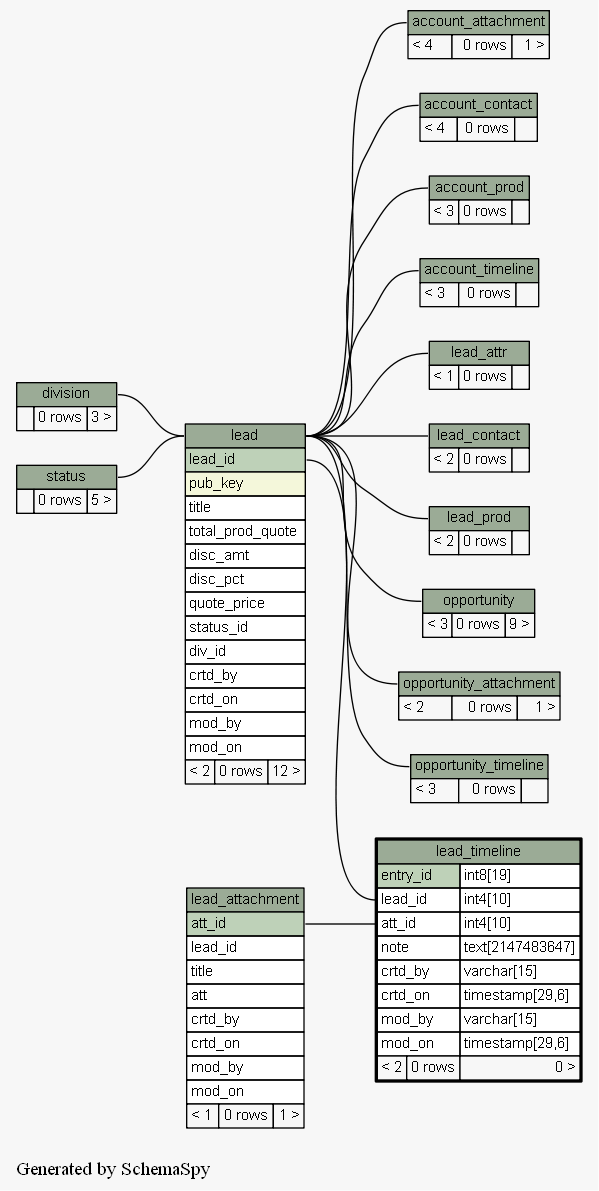
Earlier version of the Graphviz export docs/database/schemaspy/graphs/lead_timeline.2degrees.png (engineerscraft/salesforce). Its source is kept beside it as docs/database/schemaspy/graphs/lead_timeline.2degrees.dot. Its diagram source:
```dot
digraph "twoDegreesRelationshipsGraph" {
  graph [
    rankdir="RL"
    bgcolor="#f7f7f7"
    label="\nGenerated by SchemaSpy"
    labeljust="l"
  ];
  node [
    fontname="Helvetica"
    fontsize="11"
    shape="plaintext"
  ];
  edge [
    arrowsize="0.8"
  ];
  "account_attachment":"account_attachment.heading":w -> "lead":"lead.heading":e [arrowtail=crowodot arrowhead=none];
  "account_contact":"account_contact.heading":w -> "lead":"lead.heading":e [arrowtail=crowtee arrowhead=none];
  "account_prod":"account_prod.heading":w -> "lead":"lead.heading":e [arrowtail=crowtee arrowhead=none];
  "account_timeline":"account_timeline.heading":w -> "lead":"lead.heading":e [arrowtail=crowodot arrowhead=none];
  "lead":"lead.heading":w -> "division":"division.heading":e [arrowtail=crowtee arrowhead=none];
  "lead":"lead.heading":w -> "status":"status.heading":e [arrowtail=crowtee arrowhead=none];
  "lead_attr":"lead_attr.heading":w -> "lead":"lead.heading":e [arrowtail=tee arrowhead=none];
  "lead_contact":"lead_contact.heading":w -> "lead":"lead.heading":e [arrowtail=crowtee arrowhead=none];
  "lead_prod":"lead_prod.heading":w -> "lead":"lead.heading":e [arrowtail=crowtee arrowhead=none];
  "lead_timeline":"att_id":w -> "lead_attachment":"att_id":e [arrowtail=crowodot arrowhead=none];
  "lead_timeline":"lead_id":w -> "lead":"lead_id":e [arrowtail=crowtee arrowhead=none];
  "opportunity":"opportunity.heading":w -> "lead":"lead.heading":e [arrowtail=crowodot arrowhead=none];
  "opportunity_attachment":"opportunity_attachment.heading":w -> "lead":"lead.heading":e [arrowtail=crowtee arrowhead=none];
  "opportunity_timeline":"opportunity_timeline.heading":w -> "lead":"lead.heading":e [arrowtail=crowodot arrowhead=none];
  "account_attachment" [
    label=<
    <TABLE BORDER="0" CELLBORDER="1" CELLSPACING="0" BGCOLOR="#ffffff">
      <TR><TD PORT="account_attachment.heading" COLSPAN="3" BGCOLOR="#9bab96" ALIGN="CENTER">account_attachment</TD></TR>
      <TR><TD ALIGN="LEFT" BGCOLOR="#f7f7f7">&lt; 4</TD><TD ALIGN="RIGHT" BGCOLOR="#f7f7f7">0 rows</TD><TD ALIGN="RIGHT" BGCOLOR="#f7f7f7">1 &gt;</TD></TR>
    </TABLE>>
    URL="account_attachment.html#graph"
    tooltip="account_attachment"
  ];
  "account_contact" [
    label=<
    <TABLE BORDER="0" CELLBORDER="1" CELLSPACING="0" BGCOLOR="#ffffff">
      <TR><TD PORT="account_contact.heading" COLSPAN="3" BGCOLOR="#9bab96" ALIGN="CENTER">account_contact</TD></TR>
      <TR><TD ALIGN="LEFT" BGCOLOR="#f7f7f7">&lt; 4</TD><TD ALIGN="RIGHT" BGCOLOR="#f7f7f7">0 rows</TD><TD ALIGN="RIGHT" BGCOLOR="#f7f7f7">  </TD></TR>
    </TABLE>>
    URL="account_contact.html#graph"
    tooltip="account_contact"
  ];
  "account_prod" [
    label=<
    <TABLE BORDER="0" CELLBORDER="1" CELLSPACING="0" BGCOLOR="#ffffff">
      <TR><TD PORT="account_prod.heading" COLSPAN="3" BGCOLOR="#9bab96" ALIGN="CENTER">account_prod</TD></TR>
      <TR><TD ALIGN="LEFT" BGCOLOR="#f7f7f7">&lt; 3</TD><TD ALIGN="RIGHT" BGCOLOR="#f7f7f7">0 rows</TD><TD ALIGN="RIGHT" BGCOLOR="#f7f7f7">  </TD></TR>
    </TABLE>>
    URL="account_prod.html#graph"
    tooltip="account_prod"
  ];
  "account_timeline" [
    label=<
    <TABLE BORDER="0" CELLBORDER="1" CELLSPACING="0" BGCOLOR="#ffffff">
      <TR><TD PORT="account_timeline.heading" COLSPAN="3" BGCOLOR="#9bab96" ALIGN="CENTER">account_timeline</TD></TR>
      <TR><TD ALIGN="LEFT" BGCOLOR="#f7f7f7">&lt; 3</TD><TD ALIGN="RIGHT" BGCOLOR="#f7f7f7">0 rows</TD><TD ALIGN="RIGHT" BGCOLOR="#f7f7f7">  </TD></TR>
    </TABLE>>
    URL="account_timeline.html#graph"
    tooltip="account_timeline"
  ];
  "division" [
    label=<
    <TABLE BORDER="0" CELLBORDER="1" CELLSPACING="0" BGCOLOR="#ffffff">
      <TR><TD PORT="division.heading" COLSPAN="3" BGCOLOR="#9bab96" ALIGN="CENTER">division</TD></TR>
      <TR><TD ALIGN="LEFT" BGCOLOR="#f7f7f7">  </TD><TD ALIGN="RIGHT" BGCOLOR="#f7f7f7">0 rows</TD><TD ALIGN="RIGHT" BGCOLOR="#f7f7f7">3 &gt;</TD></TR>
    </TABLE>>
    URL="division.html#graph"
    tooltip="division"
  ];
  "lead" [
    label=<
    <TABLE BORDER="0" CELLBORDER="1" CELLSPACING="0" BGCOLOR="#ffffff">
      <TR><TD PORT="lead.heading" COLSPAN="3" BGCOLOR="#9bab96" ALIGN="CENTER">lead</TD></TR>
      <TR><TD PORT="lead_id" COLSPAN="3" BGCOLOR="#bed1b8" ALIGN="LEFT">lead_id</TD></TR>
      <TR><TD PORT="pub_key" COLSPAN="3" BGCOLOR="#f4f7da" ALIGN="LEFT">pub_key</TD></TR>
      <TR><TD PORT="title" COLSPAN="3" ALIGN="LEFT">title</TD></TR>
      <TR><TD PORT="total_prod_quote" COLSPAN="3" ALIGN="LEFT">total_prod_quote</TD></TR>
      <TR><TD PORT="disc_amt" COLSPAN="3" ALIGN="LEFT">disc_amt</TD></TR>
      <TR><TD PORT="disc_pct" COLSPAN="3" ALIGN="LEFT">disc_pct</TD></TR>
      <TR><TD PORT="quote_price" COLSPAN="3" ALIGN="LEFT">quote_price</TD></TR>
      <TR><TD PORT="status_id" COLSPAN="3" ALIGN="LEFT">status_id</TD></TR>
      <TR><TD PORT="div_id" COLSPAN="3" ALIGN="LEFT">div_id</TD></TR>
      <TR><TD PORT="crtd_by" COLSPAN="3" ALIGN="LEFT">crtd_by</TD></TR>
      <TR><TD PORT="crtd_on" COLSPAN="3" ALIGN="LEFT">crtd_on</TD></TR>
      <TR><TD PORT="mod_by" COLSPAN="3" ALIGN="LEFT">mod_by</TD></TR>
      <TR><TD PORT="mod_on" COLSPAN="3" ALIGN="LEFT">mod_on</TD></TR>
      <TR><TD ALIGN="LEFT" BGCOLOR="#f7f7f7">&lt; 2</TD><TD ALIGN="RIGHT" BGCOLOR="#f7f7f7">0 rows</TD><TD ALIGN="RIGHT" BGCOLOR="#f7f7f7">12 &gt;</TD></TR>
    </TABLE>>
    URL="lead.html#graph"
    tooltip="lead"
  ];
  "lead_attachment" [
    label=<
    <TABLE BORDER="0" CELLBORDER="1" CELLSPACING="0" BGCOLOR="#ffffff">
      <TR><TD PORT="lead_attachment.heading" COLSPAN="3" BGCOLOR="#9bab96" ALIGN="CENTER">lead_attachment</TD></TR>
      <TR><TD PORT="att_id" COLSPAN="3" BGCOLOR="#bed1b8" ALIGN="LEFT">att_id</TD></TR>
      <TR><TD PORT="lead_id" COLSPAN="3" ALIGN="LEFT">lead_id</TD></TR>
      <TR><TD PORT="title" COLSPAN="3" ALIGN="LEFT">title</TD></TR>
      <TR><TD PORT="att" COLSPAN="3" ALIGN="LEFT">att</TD></TR>
      <TR><TD PORT="crtd_by" COLSPAN="3" ALIGN="LEFT">crtd_by</TD></TR>
      <TR><TD PORT="crtd_on" COLSPAN="3" ALIGN="LEFT">crtd_on</TD></TR>
      <TR><TD PORT="mod_by" COLSPAN="3" ALIGN="LEFT">mod_by</TD></TR>
      <TR><TD PORT="mod_on" COLSPAN="3" ALIGN="LEFT">mod_on</TD></TR>
      <TR><TD ALIGN="LEFT" BGCOLOR="#f7f7f7">&lt; 1</TD><TD ALIGN="RIGHT" BGCOLOR="#f7f7f7">0 rows</TD><TD ALIGN="RIGHT" BGCOLOR="#f7f7f7">1 &gt;</TD></TR>
    </TABLE>>
    URL="lead_attachment.html#graph"
    tooltip="lead_attachment"
  ];
  "lead_attr" [
    label=<
    <TABLE BORDER="0" CELLBORDER="1" CELLSPACING="0" BGCOLOR="#ffffff">
      <TR><TD PORT="lead_attr.heading" COLSPAN="3" BGCOLOR="#9bab96" ALIGN="CENTER">lead_attr</TD></TR>
      <TR><TD ALIGN="LEFT" BGCOLOR="#f7f7f7">&lt; 1</TD><TD ALIGN="RIGHT" BGCOLOR="#f7f7f7">0 rows</TD><TD ALIGN="RIGHT" BGCOLOR="#f7f7f7">  </TD></TR>
    </TABLE>>
    URL="lead_attr.html#graph"
    tooltip="lead_attr"
  ];
  "lead_contact" [
    label=<
    <TABLE BORDER="0" CELLBORDER="1" CELLSPACING="0" BGCOLOR="#ffffff">
      <TR><TD PORT="lead_contact.heading" COLSPAN="3" BGCOLOR="#9bab96" ALIGN="CENTER">lead_contact</TD></TR>
      <TR><TD ALIGN="LEFT" BGCOLOR="#f7f7f7">&lt; 2</TD><TD ALIGN="RIGHT" BGCOLOR="#f7f7f7">0 rows</TD><TD ALIGN="RIGHT" BGCOLOR="#f7f7f7">  </TD></TR>
    </TABLE>>
    URL="lead_contact.html#graph"
    tooltip="lead_contact"
  ];
  "lead_prod" [
    label=<
    <TABLE BORDER="0" CELLBORDER="1" CELLSPACING="0" BGCOLOR="#ffffff">
      <TR><TD PORT="lead_prod.heading" COLSPAN="3" BGCOLOR="#9bab96" ALIGN="CENTER">lead_prod</TD></TR>
      <TR><TD ALIGN="LEFT" BGCOLOR="#f7f7f7">&lt; 2</TD><TD ALIGN="RIGHT" BGCOLOR="#f7f7f7">0 rows</TD><TD ALIGN="RIGHT" BGCOLOR="#f7f7f7">  </TD></TR>
    </TABLE>>
    URL="lead_prod.html#graph"
    tooltip="lead_prod"
  ];
  "lead_timeline" [
    label=<
    <TABLE BORDER="2" CELLBORDER="1" CELLSPACING="0" BGCOLOR="#ffffff">
      <TR><TD PORT="lead_timeline.heading" COLSPAN="3" BGCOLOR="#9bab96" ALIGN="CENTER">lead_timeline</TD></TR>
      <TR><TD PORT="entry_id" COLSPAN="2" BGCOLOR="#bed1b8" ALIGN="LEFT">entry_id</TD><TD PORT="entry_id.type" ALIGN="LEFT">int8[19]</TD></TR>
      <TR><TD PORT="lead_id" COLSPAN="2" ALIGN="LEFT">lead_id</TD><TD PORT="lead_id.type" ALIGN="LEFT">int4[10]</TD></TR>
      <TR><TD PORT="att_id" COLSPAN="2" ALIGN="LEFT">att_id</TD><TD PORT="att_id.type" ALIGN="LEFT">int4[10]</TD></TR>
      <TR><TD PORT="note" COLSPAN="2" ALIGN="LEFT">note</TD><TD PORT="note.type" ALIGN="LEFT">text[2147483647]</TD></TR>
      <TR><TD PORT="crtd_by" COLSPAN="2" ALIGN="LEFT">crtd_by</TD><TD PORT="crtd_by.type" ALIGN="LEFT">varchar[15]</TD></TR>
      <TR><TD PORT="crtd_on" COLSPAN="2" ALIGN="LEFT">crtd_on</TD><TD PORT="crtd_on.type" ALIGN="LEFT">timestamp[29,6]</TD></TR>
      <TR><TD PORT="mod_by" COLSPAN="2" ALIGN="LEFT">mod_by</TD><TD PORT="mod_by.type" ALIGN="LEFT">varchar[15]</TD></TR>
      <TR><TD PORT="mod_on" COLSPAN="2" ALIGN="LEFT">mod_on</TD><TD PORT="mod_on.type" ALIGN="LEFT">timestamp[29,6]</TD></TR>
      <TR><TD ALIGN="LEFT" BGCOLOR="#f7f7f7">&lt; 2</TD><TD ALIGN="RIGHT" BGCOLOR="#f7f7f7">0 rows</TD><TD ALIGN="RIGHT" BGCOLOR="#f7f7f7">0 &gt;</TD></TR>
    </TABLE>>
    URL="lead_timeline.html#"
    tooltip="lead_timeline"
  ];
  "opportunity" [
    label=<
    <TABLE BORDER="0" CELLBORDER="1" CELLSPACING="0" BGCOLOR="#ffffff">
      <TR><TD PORT="opportunity.heading" COLSPAN="3" BGCOLOR="#9bab96" ALIGN="CENTER">opportunity</TD></TR>
      <TR><TD ALIGN="LEFT" BGCOLOR="#f7f7f7">&lt; 3</TD><TD ALIGN="RIGHT" BGCOLOR="#f7f7f7">0 rows</TD><TD ALIGN="RIGHT" BGCOLOR="#f7f7f7">9 &gt;</TD></TR>
    </TABLE>>
    URL="opportunity.html#graph"
    tooltip="opportunity"
  ];
  "opportunity_attachment" [
    label=<
    <TABLE BORDER="0" CELLBORDER="1" CELLSPACING="0" BGCOLOR="#ffffff">
      <TR><TD PORT="opportunity_attachment.heading" COLSPAN="3" BGCOLOR="#9bab96" ALIGN="CENTER">opportunity_attachment</TD></TR>
      <TR><TD ALIGN="LEFT" BGCOLOR="#f7f7f7">&lt; 2</TD><TD ALIGN="RIGHT" BGCOLOR="#f7f7f7">0 rows</TD><TD ALIGN="RIGHT" BGCOLOR="#f7f7f7">1 &gt;</TD></TR>
    </TABLE>>
    URL="opportunity_attachment.html#graph"
    tooltip="opportunity_attachment"
  ];
  "opportunity_timeline" [
    label=<
    <TABLE BORDER="0" CELLBORDER="1" CELLSPACING="0" BGCOLOR="#ffffff">
      <TR><TD PORT="opportunity_timeline.heading" COLSPAN="3" BGCOLOR="#9bab96" ALIGN="CENTER">opportunity_timeline</TD></TR>
      <TR><TD ALIGN="LEFT" BGCOLOR="#f7f7f7">&lt; 3</TD><TD ALIGN="RIGHT" BGCOLOR="#f7f7f7">0 rows</TD><TD ALIGN="RIGHT" BGCOLOR="#f7f7f7">  </TD></TR>
    </TABLE>>
    URL="opportunity_timeline.html#graph"
    tooltip="opportunity_timeline"
  ];
  "status" [
    label=<
    <TABLE BORDER="0" CELLBORDER="1" CELLSPACING="0" BGCOLOR="#ffffff">
      <TR><TD PORT="status.heading" COLSPAN="3" BGCOLOR="#9bab96" ALIGN="CENTER">status</TD></TR>
      <TR><TD ALIGN="LEFT" BGCOLOR="#f7f7f7">  </TD><TD ALIGN="RIGHT" BGCOLOR="#f7f7f7">0 rows</TD><TD ALIGN="RIGHT" BGCOLOR="#f7f7f7">5 &gt;</TD></TR>
    </TABLE>>
    URL="status.html#graph"
    tooltip="status"
  ];
}
```
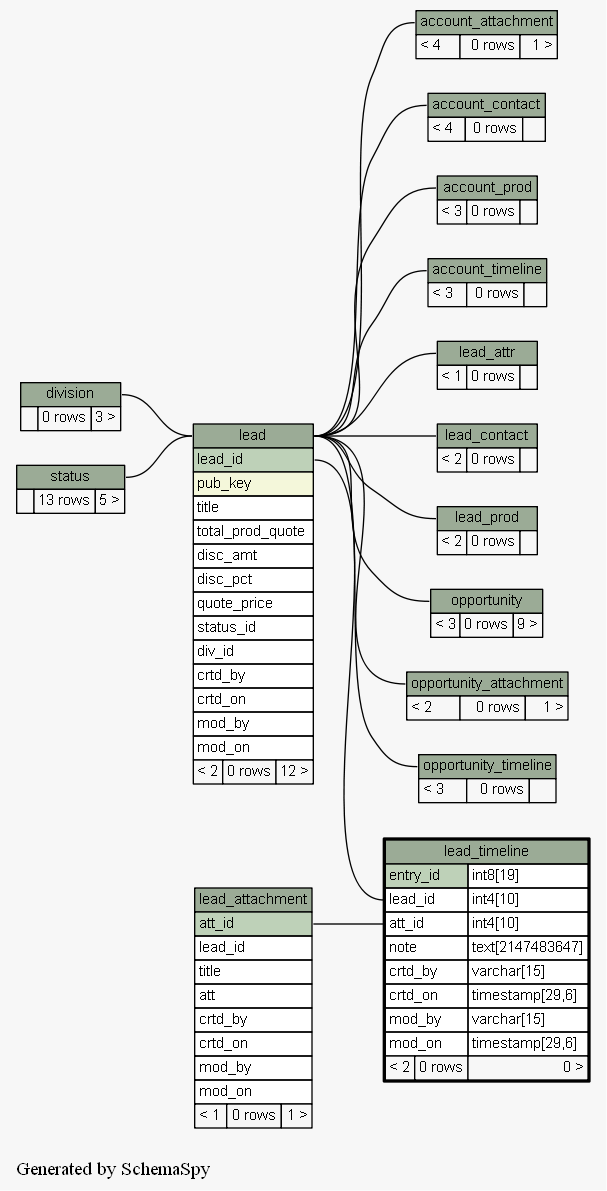
Above is the later version.

Change to the diagram source:
```diff
@@ -186,7 +186,7 @@
     label=<
     <TABLE BORDER="0" CELLBORDER="1" CELLSPACING="0" BGCOLOR="#ffffff">
       <TR><TD PORT="status.heading" COLSPAN="3" BGCOLOR="#9bab96" ALIGN="CENTER">status</TD></TR>
-      <TR><TD ALIGN="LEFT" BGCOLOR="#f7f7f7">  </TD><TD ALIGN="RIGHT" BGCOLOR="#f7f7f7">0 rows</TD><TD ALIGN="RIGHT" BGCOLOR="#f7f7f7">5 &gt;</TD></TR>
+      <TR><TD ALIGN="LEFT" BGCOLOR="#f7f7f7">  </TD><TD ALIGN="RIGHT" BGCOLOR="#f7f7f7">13 rows</TD><TD ALIGN="RIGHT" BGCOLOR="#f7f7f7">5 &gt;</TD></TR>
     </TABLE>>
     URL="status.html#graph"
     tooltip="status"
```
